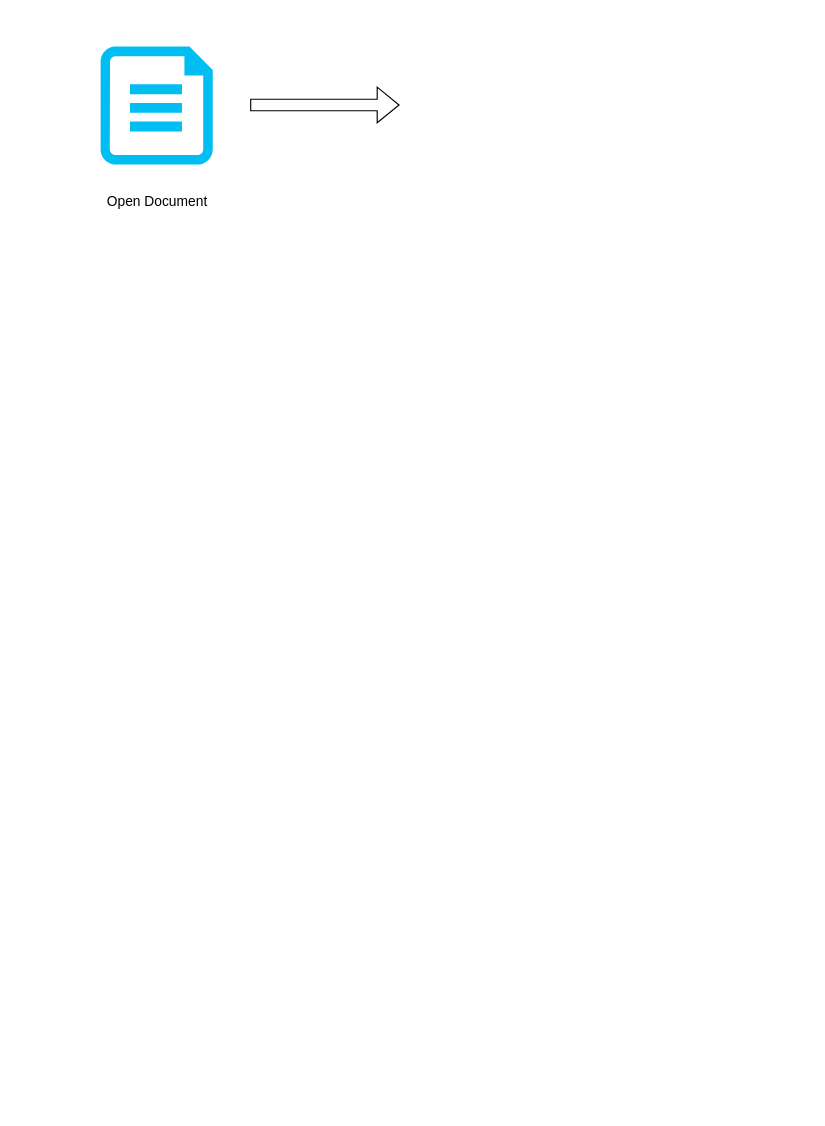
The draw.io diagram Syndesi-Process.drawio in wereign/ObsidianMapper, before the edit. Source tidied: cells renumbered, new cells numbered last; positions are measured from the earlier drawing's top-left corner, leaving out a move shared by most shapes. Both pictures are drawn from the tidied source at 115%, with x=0, y=0 at pixel (93, 46).
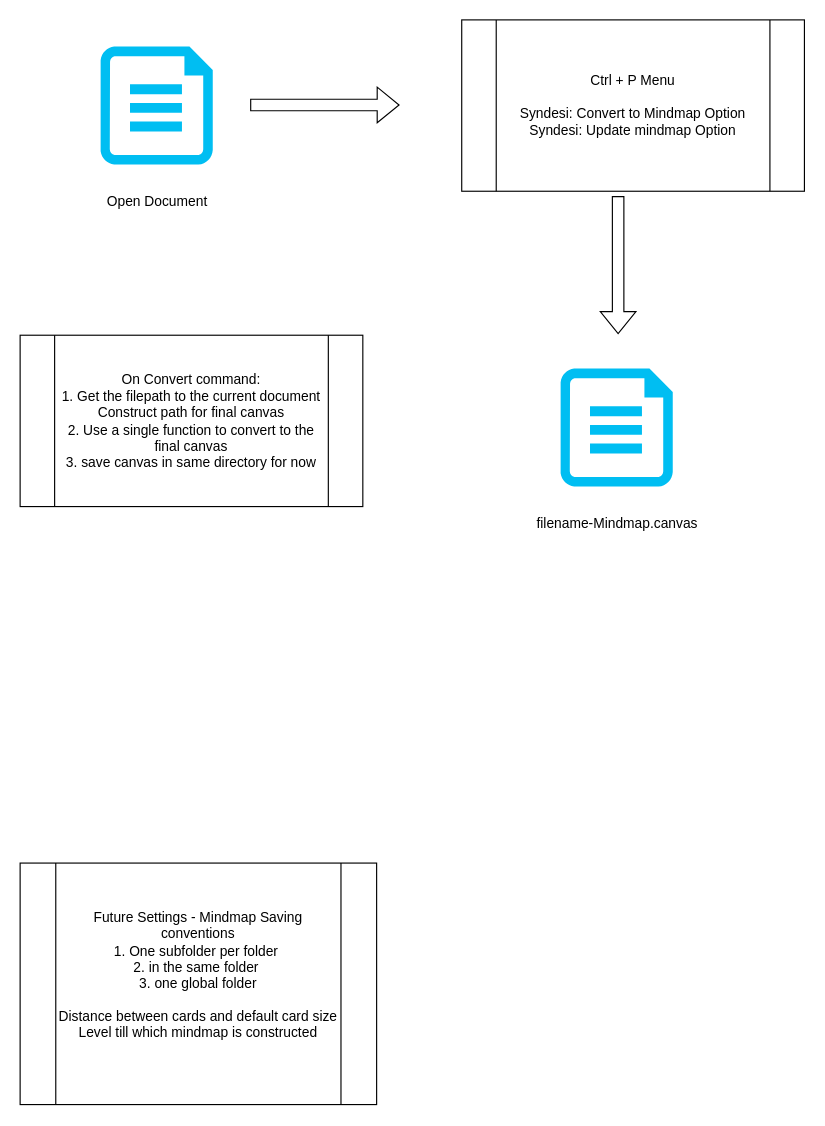
Above is the later version.

What changed in the source:
```diff
@@
 <mxGraphModel>
   <root>
     <mxCell id="0" />
     <mxCell id="1" parent="0" />
     <mxCell id="2" style="verticalLabelPosition=bottom;html=1;verticalAlign=top;align=center;strokeColor=none;fillColor=#00BEF2;shape=mxgraph.azure.file;" parent="1" vertex="1">
       <mxGeometry x="6" width="97.5" height="102.6" as="geometry" />
     </mxCell>
     <mxCell id="3" value="Open Document" style="text;html=1;align=center;verticalAlign=middle;strokeColor=none;fillColor=none;" parent="1" vertex="1">
       <mxGeometry x="-0.2" y="120" width="110" height="30" as="geometry" />
     </mxCell>
     <mxCell id="4" style="shape=flexArrow;endArrow=classic;html=1;rounded=0;" parent="1" edge="1">
       <mxGeometry relative="1" as="geometry">
         <mxPoint x="136" y="50.8" as="sourcePoint" />
         <mxPoint x="266" y="50.8" as="targetPoint" />
       </mxGeometry>
     </mxCell>
+    <mxCell id="5" value="Ctrl + P Menu&lt;br&gt;&lt;br&gt;Syndesi: Convert to Mindmap Option&lt;div&gt;Syndesi: Update mindmap Option&lt;br&gt;&lt;/div&gt;" style="shape=process;whiteSpace=wrap;html=1;backgroundOutline=1;" parent="1" vertex="1">
+      <mxGeometry x="320" y="-23.2" width="298" height="149" as="geometry" />
+    </mxCell>
+    <mxCell id="6" style="shape=flexArrow;endArrow=classic;html=1;rounded=0;" parent="1" edge="1">
+      <mxGeometry relative="1" as="geometry">
+        <mxPoint x="456" y="130" as="sourcePoint" />
+        <mxPoint x="456" y="250" as="targetPoint" />
+      </mxGeometry>
+    </mxCell>
+    <mxCell id="7" style="verticalLabelPosition=bottom;html=1;verticalAlign=top;align=center;strokeColor=none;fillColor=#00BEF2;shape=mxgraph.azure.file;" parent="1" vertex="1">
+      <mxGeometry x="406" y="280" width="97.5" height="102.6" as="geometry" />
+    </mxCell>
+    <mxCell id="8" value="filename-Mindmap.canvas" style="text;html=1;align=center;verticalAlign=middle;strokeColor=none;fillColor=none;" parent="1" vertex="1">
+      <mxGeometry x="374.8" y="400" width="160" height="30" as="geometry" />
+    </mxCell>
+    <mxCell id="9" value="&lt;div&gt;On Convert command:&lt;/div&gt;&lt;div&gt;1. Get the filepath to the current document&lt;/div&gt;&lt;div&gt;Construct path for final canvas&lt;/div&gt;&lt;div&gt;2. Use a single function to convert to the final canvas&lt;/div&gt;&lt;div&gt;3. save canvas in same directory for now&lt;/div&gt;" style="shape=process;whiteSpace=wrap;html=1;backgroundOutline=1;" parent="1" vertex="1">
+      <mxGeometry x="-64" y="251" width="298" height="149" as="geometry" />
+    </mxCell>
+    <mxCell id="10" value="Future Settings - Mindmap Saving conventions&lt;div&gt;1. One subfolder per folder&amp;nbsp;&lt;/div&gt;&lt;div&gt;2. in the same folder&amp;nbsp;&lt;/div&gt;&lt;div&gt;3. one global folder&lt;/div&gt;&lt;div&gt;&lt;br&gt;&lt;/div&gt;&lt;div&gt;Distance between cards and default card size&lt;/div&gt;&lt;div&gt;Level till which mindmap is constructed&lt;/div&gt;&lt;div&gt;&lt;br&gt;&lt;/div&gt;" style="shape=process;whiteSpace=wrap;html=1;backgroundOutline=1;" parent="1" vertex="1">
+      <mxGeometry x="-64" y="710" width="310" height="210" as="geometry" />
+    </mxCell>
   </root>
 </mxGraphModel>
```
